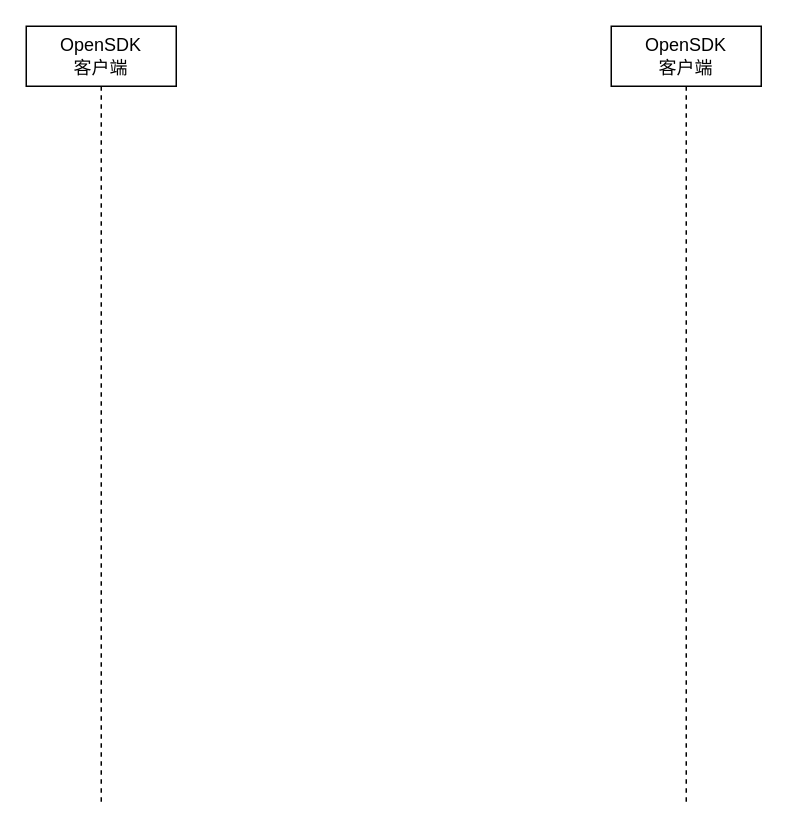
This is page "第 2 页" (2 of 2) of doc/未命名绘图.drawio from shushanfx/nfile, a draw.io file, before an edit. Source tidied: cells renumbered, new cells numbered last; positions are measured from the earlier drawing's top-left corner, leaving out a move shared by most shapes. Both pictures are drawn from the tidied source at 150%, with x=0, y=0 at pixel (26, 26).
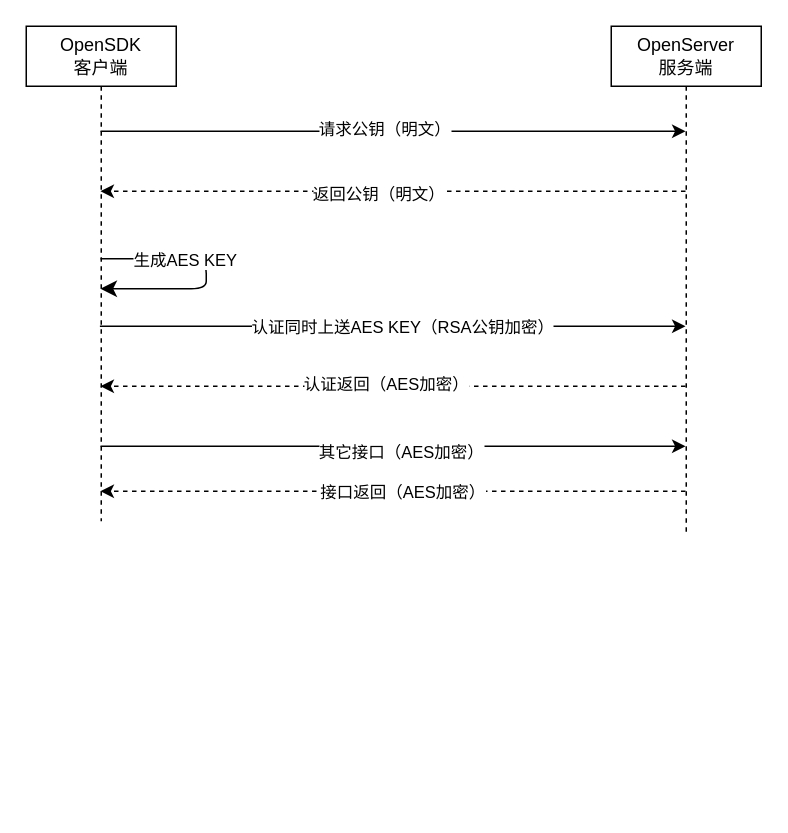
After the change.

What changed in the source:
```diff
@@
+    <mxCell id="4" style="edgeStyle=elbowEdgeStyle;rounded=0;jettySize=auto;html=1;elbow=vertical;curved=0;" parent="1" edge="1" source="2" target="3">
+      <mxGeometry relative="1" as="geometry">
+        <Array as="points">
+          <mxPoint x="280" y="70" />
+        </Array>
+      </mxGeometry>
+    </mxCell>
+    <mxCell id="5" value="请求公钥（明文）" style="edgeLabel;html=1;align=center;verticalAlign=middle;" parent="4" vertex="1">
+      <mxGeometry x="-0.03" y="2" relative="1" as="geometry" />
+    </mxCell>
+    <mxCell id="6" style="edgeStyle=elbowEdgeStyle;rounded=0;orthogonalLoop=1;jettySize=auto;html=1;elbow=vertical;curved=0;" parent="1" edge="1">
+      <mxGeometry relative="1" as="geometry">
+        <mxPoint x="49.1" y="200" as="sourcePoint" />
+        <mxPoint x="439.5" y="200" as="targetPoint" />
+        <Array as="points">
+          <mxPoint x="330" y="200" />
+        </Array>
+      </mxGeometry>
+    </mxCell>
+    <mxCell id="7" value="认证同时上送AES KEY（RSA公钥加密）" style="edgeLabel;html=1;align=center;verticalAlign=middle;" parent="6" vertex="1">
+      <mxGeometry x="-0.08" y="5" relative="1" as="geometry">
+        <mxPoint x="21" y="5" as="offset" />
+      </mxGeometry>
+    </mxCell>
+    <mxCell id="8" style="edgeStyle=elbowEdgeStyle;rounded=0;jettySize=auto;html=1;elbow=horizontal;curved=0;" parent="1" edge="1" source="2" target="3">
+      <mxGeometry relative="1" as="geometry">
+        <Array as="points">
+          <mxPoint x="240" y="280" />
+        </Array>
+      </mxGeometry>
+    </mxCell>
+    <mxCell id="9" value="其它接口（AES加密）" style="edgeLabel;html=1;align=center;verticalAlign=middle;" parent="8" vertex="1">
+      <mxGeometry x="0.12" y="-3" relative="1" as="geometry">
+        <mxPoint x="-18" as="offset" />
+      </mxGeometry>
+    </mxCell>
     <mxCell id="2" value="OpenSDK&lt;br&gt;客户端" style="shape=umlLifeline;perimeter=lifelinePerimeter;whiteSpace=wrap;html=1;outlineConnect=0;portConstraint=eastwest;newEdgeStyle={&quot;edgeStyle&quot;:&quot;elbowEdgeStyle&quot;,&quot;elbow&quot;:&quot;vertical&quot;,&quot;curved&quot;:0,&quot;rounded&quot;:0};" parent="1" vertex="1">
-      <mxGeometry width="100" height="520" as="geometry" />
+      <mxGeometry width="100" height="330" as="geometry" />
     </mxCell>
+    <mxCell id="10" style="edgeStyle=elbowEdgeStyle;rounded=0;jettySize=auto;html=1;elbow=vertical;curved=0;dashed=1;" parent="1" edge="1" source="3" target="2">
+      <mxGeometry relative="1" as="geometry">
+        <Array as="points">
+          <mxPoint x="200" y="110" />
+        </Array>
+      </mxGeometry>
+    </mxCell>
+    <mxCell id="11" value="返回公钥（明文）" style="edgeLabel;html=1;align=center;verticalAlign=middle;" parent="10" vertex="1">
+      <mxGeometry x="0.05" y="1" relative="1" as="geometry" />
+    </mxCell>
+    <mxCell id="12" style="edgeStyle=elbowEdgeStyle;rounded=0;jettySize=auto;html=1;elbow=vertical;curved=0;dashed=1;" parent="1" edge="1" source="3" target="2">
+      <mxGeometry relative="1" as="geometry">
+        <Array as="points">
+          <mxPoint x="280" y="240" />
+        </Array>
+      </mxGeometry>
+    </mxCell>
+    <mxCell id="13" value="认证返回（AES加密）" style="edgeLabel;html=1;align=center;verticalAlign=middle;" parent="12" vertex="1">
+      <mxGeometry x="-0.08" y="-2" relative="1" as="geometry">
+        <mxPoint x="-21" as="offset" />
+      </mxGeometry>
+    </mxCell>
+    <mxCell id="14" style="edgeStyle=elbowEdgeStyle;rounded=0;jettySize=auto;html=1;elbow=vertical;curved=0;dashed=1;" parent="1" edge="1" source="3" target="2">
+      <mxGeometry relative="1" as="geometry">
+        <Array as="points">
+          <mxPoint x="250" y="310" />
+          <mxPoint x="270" y="320" />
+        </Array>
+      </mxGeometry>
+    </mxCell>
+    <mxCell id="15" value="接口返回（AES加密）" style="edgeLabel;html=1;align=center;verticalAlign=middle;" parent="14" vertex="1">
+      <mxGeometry x="0.08" y="4" relative="1" as="geometry">
+        <mxPoint x="22" y="-4" as="offset" />
+      </mxGeometry>
+    </mxCell>
-    <mxCell id="3" value="OpenSDK&lt;br&gt;客户端" style="shape=umlLifeline;perimeter=lifelinePerimeter;whiteSpace=wrap;html=1;outlineConnect=0;portConstraint=eastwest;newEdgeStyle={&quot;edgeStyle&quot;:&quot;elbowEdgeStyle&quot;,&quot;elbow&quot;:&quot;vertical&quot;,&quot;curved&quot;:0,&quot;rounded&quot;:0};" parent="1" vertex="1">
-      <mxGeometry x="390" width="100" height="520" as="geometry" />
+    <mxCell id="3" value="OpenServer&lt;br&gt;服务端" style="shape=umlLifeline;perimeter=lifelinePerimeter;whiteSpace=wrap;html=1;outlineConnect=0;portConstraint=eastwest;newEdgeStyle={&quot;edgeStyle&quot;:&quot;elbowEdgeStyle&quot;,&quot;elbow&quot;:&quot;vertical&quot;,&quot;curved&quot;:0,&quot;rounded&quot;:0};" parent="1" vertex="1">
+      <mxGeometry x="390" width="100" height="340" as="geometry" />
     </mxCell>
+    <mxCell id="16" style="edgeStyle=elbowEdgeStyle;rounded=0;orthogonalLoop=1;jettySize=auto;html=1;elbow=vertical;curved=0;" parent="1" edge="1" source="2" target="2">
+      <mxGeometry relative="1" as="geometry">
+        <Array as="points">
+          <mxPoint x="80" y="140" />
+          <mxPoint x="80" y="150" />
+        </Array>
+      </mxGeometry>
+    </mxCell>
+    <mxCell id="17" style="edgeStyle=orthogonalEdgeStyle;elbow=horizontal;endArrow=classic;html=1;rounded=1;endSize=8;startSize=8;targetPerimeterSpacing=15;" parent="1" edge="1" source="2" target="2">
+      <mxGeometry relative="1" as="geometry" />
+    </mxCell>
+    <mxCell id="18" value="生成AES KEY" style="edgeLabel;html=1;align=center;verticalAlign=middle;" parent="17" vertex="1">
+      <mxGeometry x="-0.31" relative="1" as="geometry" />
+    </mxCell>
```
